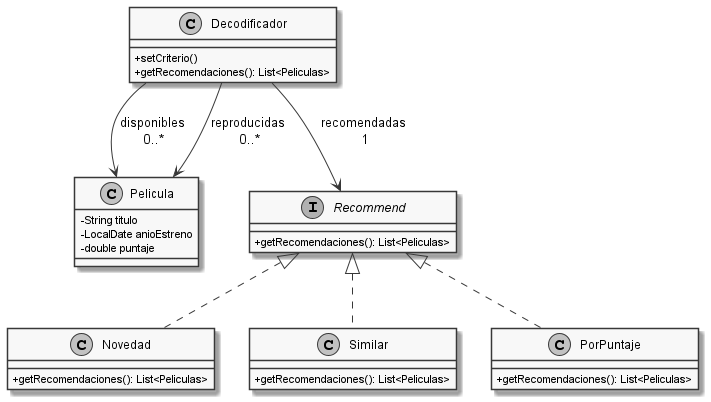
This is target/classes/practica3/ejercicio4/ej4.png from cd-paliv/oo2, a PlantUML export, as it was before one commit.
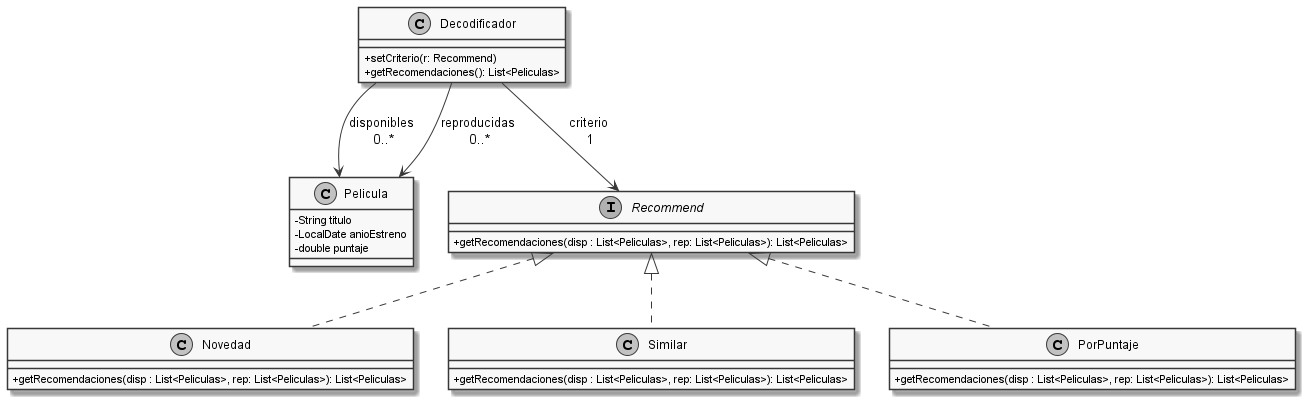
Later version of the same file.

Diff of the diagram source:
```diff
@@ -3,13 +3,13 @@
 skinparam classAttributeIconSize 0
 
 class Decodificador{
- +setCriterio()
+ +setCriterio(r: Recommend)
  +getRecomendaciones(): List<Peliculas>
 }
 
 Decodificador --> Pelicula : disponibles \n0..*
 Decodificador --> Pelicula : reproducidas \n0..*
-Decodificador --> Recommend : recomendadas \n1
+Decodificador --> Recommend : criterio \n1
 
 class Pelicula{
  -String titulo
@@ -18,17 +18,17 @@
 }
 
 interface Recommend{
- +getRecomendaciones(): List<Peliculas>
+ +getRecomendaciones(disp : List<Peliculas>, rep: List<Peliculas>): List<Peliculas>
 }
 
 class Novedad{
- +getRecomendaciones(): List<Peliculas>
+ +getRecomendaciones(disp : List<Peliculas>, rep: List<Peliculas>): List<Peliculas>
 }
 class Similar{
- +getRecomendaciones(): List<Peliculas>
+ +getRecomendaciones(disp : List<Peliculas>, rep: List<Peliculas>): List<Peliculas>
 }
 class PorPuntaje{
- +getRecomendaciones(): List<Peliculas>
+ +getRecomendaciones(disp : List<Peliculas>, rep: List<Peliculas>): List<Peliculas>
 }
 
 Recommend <|.. Novedad
```
